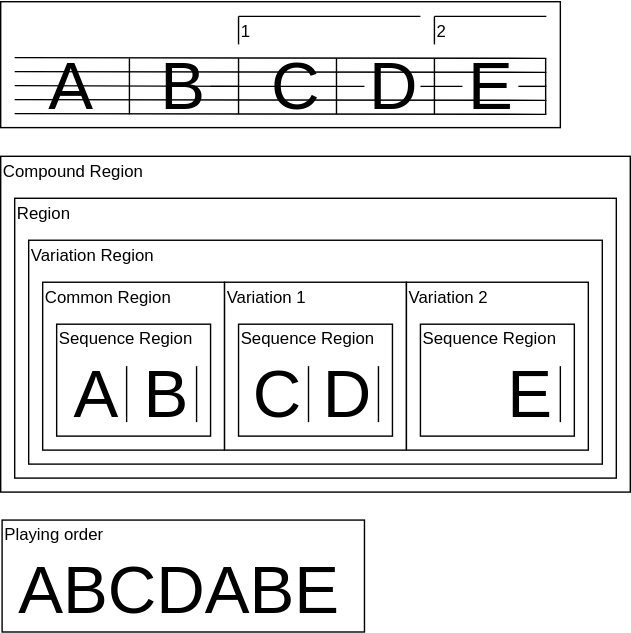
This is docs/repeat/example06.drawio.svg from ruimo/klavier-core, a draw.io export, as it was before one commit. Source tidied: cells renumbered, new cells last; positions are measured from the earlier drawing's top-left corner, leaving out a move shared by most shapes.
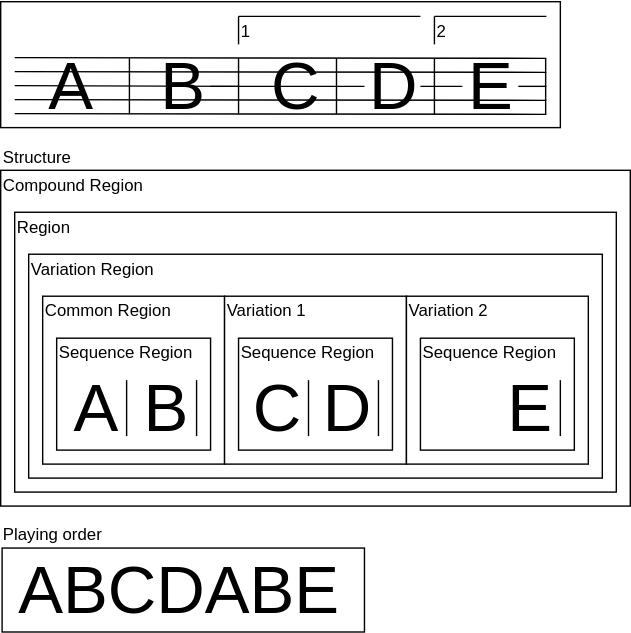
The same diagram one commit later.

The edit, as a diff of the source:
```diff
@@ -3,68 +3,68 @@
     <mxCell id="0" />
     <mxCell id="1" parent="0" />
     <mxCell id="2" style="rounded=0;whiteSpace=wrap;html=1;" parent="1" vertex="1">
-      <mxGeometry y="-0.5" width="400" height="90" as="geometry" />
+      <mxGeometry y="-10.5" width="400" height="90" as="geometry" />
     </mxCell>
     <mxCell id="3" style="rounded=0;whiteSpace=wrap;html=1;" parent="1" vertex="1">
       <mxGeometry y="110" width="450" height="240" as="geometry" />
     </mxCell>
     <mxCell id="4" style="endArrow=none;html=1;" parent="1" edge="1">
       <mxGeometry relative="1" as="geometry">
-        <mxPoint x="10" y="39.5" as="sourcePoint" />
-        <mxPoint x="390" y="40" as="targetPoint" />
+        <mxPoint x="10" y="29.5" as="sourcePoint" />
+        <mxPoint x="390" y="30" as="targetPoint" />
       </mxGeometry>
     </mxCell>
     <mxCell id="5" style="endArrow=none;html=1;" parent="1" edge="1">
       <mxGeometry relative="1" as="geometry">
-        <mxPoint x="10" y="49.5" as="sourcePoint" />
-        <mxPoint x="390" y="50" as="targetPoint" />
+        <mxPoint x="10" y="39.5" as="sourcePoint" />
+        <mxPoint x="390" y="40" as="targetPoint" />
       </mxGeometry>
     </mxCell>
     <mxCell id="6" style="endArrow=none;html=1;" parent="1" edge="1" source="27">
       <mxGeometry relative="1" as="geometry">
-        <mxPoint x="390" y="60" as="targetPoint" />
+        <mxPoint x="390" y="50" as="targetPoint" />
       </mxGeometry>
     </mxCell>
     <mxCell id="7" style="endArrow=none;html=1;" parent="1" edge="1">
       <mxGeometry relative="1" as="geometry">
-        <mxPoint x="10" y="69.5" as="sourcePoint" />
-        <mxPoint x="390" y="70" as="targetPoint" />
+        <mxPoint x="10" y="59.5" as="sourcePoint" />
+        <mxPoint x="390" y="60" as="targetPoint" />
       </mxGeometry>
     </mxCell>
     <mxCell id="8" style="endArrow=none;html=1;" parent="1" edge="1">
       <mxGeometry relative="1" as="geometry">
-        <mxPoint x="10" y="79.5" as="sourcePoint" />
-        <mxPoint x="390" y="80" as="targetPoint" />
+        <mxPoint x="10" y="69.5" as="sourcePoint" />
+        <mxPoint x="390" y="70" as="targetPoint" />
       </mxGeometry>
     </mxCell>
     <mxCell id="9" value="&lt;font style=&quot;font-size: 48px&quot;&gt;A&lt;/font&gt;" style="text;html=1;strokeColor=none;fillColor=none;align=center;verticalAlign=middle;whiteSpace=wrap;rounded=0;" parent="1" vertex="1">
-      <mxGeometry x="30" y="50" width="40" height="20" as="geometry" />
+      <mxGeometry x="30" y="40" width="40" height="20" as="geometry" />
     </mxCell>
     <mxCell id="10" style="endArrow=none;html=1;" parent="1" edge="1">
       <mxGeometry relative="1" as="geometry">
-        <mxPoint x="10" y="59.5" as="sourcePoint" />
-        <mxPoint x="170" y="60" as="targetPoint" />
+        <mxPoint x="10" y="49.5" as="sourcePoint" />
+        <mxPoint x="170" y="50" as="targetPoint" />
       </mxGeometry>
     </mxCell>
     <mxCell id="11" style="endArrow=none;html=1;" parent="1" edge="1">
       <mxGeometry relative="1" as="geometry">
-        <mxPoint x="170" y="80" as="sourcePoint" />
-        <mxPoint x="170" y="40" as="targetPoint" />
+        <mxPoint x="170" y="70" as="sourcePoint" />
+        <mxPoint x="170" y="30" as="targetPoint" />
       </mxGeometry>
     </mxCell>
     <mxCell id="12" value="&lt;font style=&quot;font-size: 48px&quot;&gt;B&lt;/font&gt;" style="text;html=1;strokeColor=none;fillColor=none;align=center;verticalAlign=middle;whiteSpace=wrap;rounded=0;" parent="1" vertex="1">
-      <mxGeometry x="110" y="50" width="40" height="20" as="geometry" />
+      <mxGeometry x="110" y="40" width="40" height="20" as="geometry" />
     </mxCell>
     <mxCell id="13" value="Compound Region" style="text;html=1;strokeColor=none;fillColor=none;align=left;verticalAlign=middle;whiteSpace=wrap;rounded=0;" parent="1" vertex="1">
       <mxGeometry y="110" width="200" height="20" as="geometry" />
     </mxCell>
     <mxCell id="14" value="&lt;font style=&quot;font-size: 48px&quot;&gt;C&lt;/font&gt;" style="text;html=1;strokeColor=none;fillColor=none;align=center;verticalAlign=middle;whiteSpace=wrap;rounded=0;" parent="1" vertex="1">
-      <mxGeometry x="190" y="50" width="40" height="20" as="geometry" />
+      <mxGeometry x="190" y="40" width="40" height="20" as="geometry" />
     </mxCell>
     <mxCell id="15" style="endArrow=none;html=1;" parent="1" edge="1">
       <mxGeometry relative="1" as="geometry">
-        <mxPoint x="310" y="80" as="sourcePoint" />
-        <mxPoint x="310" y="40" as="targetPoint" />
+        <mxPoint x="310" y="70" as="sourcePoint" />
+        <mxPoint x="310" y="30" as="targetPoint" />
       </mxGeometry>
     </mxCell>
     <mxCell id="16" style="rounded=0;whiteSpace=wrap;html=1;" parent="1" vertex="1">
@@ -80,7 +80,7 @@
       <mxGeometry x="20" y="170" width="105" height="20" as="geometry" />
     </mxCell>
     <mxCell id="20" style="group;" parent="1" vertex="1">
-      <mxGeometry x="213" y="40" width="40" height="40" as="geometry" />
+      <mxGeometry x="213" y="30" width="40" height="40" as="geometry" />
     </mxCell>
     <mxCell id="21" style="group;" parent="20" vertex="1">
       <mxGeometry width="40" height="40" as="geometry" />
@@ -98,19 +98,19 @@
       </mxGeometry>
     </mxCell>
     <mxCell id="25" value="&lt;font style=&quot;font-size: 48px&quot;&gt;D&lt;/font&gt;" style="text;html=1;strokeColor=none;fillColor=none;align=center;verticalAlign=middle;whiteSpace=wrap;rounded=0;" parent="1" vertex="1">
-      <mxGeometry x="260" y="50" width="40" height="20" as="geometry" />
+      <mxGeometry x="260" y="40" width="40" height="20" as="geometry" />
     </mxCell>
     <mxCell id="26" style="endArrow=none;html=1;" parent="1" edge="1" source="12" target="25">
       <mxGeometry relative="1" as="geometry" />
     </mxCell>
     <mxCell id="27" value="&lt;font style=&quot;font-size: 48px&quot;&gt;E&lt;/font&gt;" style="text;html=1;strokeColor=none;fillColor=none;align=center;verticalAlign=middle;whiteSpace=wrap;rounded=0;" parent="1" vertex="1">
-      <mxGeometry x="330" y="50" width="40" height="20" as="geometry" />
+      <mxGeometry x="330" y="40" width="40" height="20" as="geometry" />
     </mxCell>
     <mxCell id="28" style="endArrow=none;html=1;" parent="1" edge="1" source="25" target="27">
       <mxGeometry relative="1" as="geometry" />
     </mxCell>
     <mxCell id="29" style="group;" parent="1" vertex="1">
-      <mxGeometry x="362.5" y="40" width="40" height="40" as="geometry" />
+      <mxGeometry x="362.5" y="30" width="40" height="40" as="geometry" />
     </mxCell>
     <mxCell id="30" style="endArrow=none;html=1;" parent="29" edge="1">
       <mxGeometry relative="1" as="geometry">
@@ -120,12 +120,12 @@
     </mxCell>
     <mxCell id="31" style="endArrow=none;html=1;" parent="1" edge="1">
       <mxGeometry relative="1" as="geometry">
-        <mxPoint x="92" y="80" as="sourcePoint" />
-        <mxPoint x="92" y="40" as="targetPoint" />
+        <mxPoint x="92" y="70" as="sourcePoint" />
+        <mxPoint x="92" y="30" as="targetPoint" />
       </mxGeometry>
     </mxCell>
     <mxCell id="32" style="group;" parent="1" vertex="1">
-      <mxGeometry x="170" y="10" width="130" height="20" as="geometry" />
+      <mxGeometry x="170" width="130" height="20" as="geometry" />
     </mxCell>
     <mxCell id="33" style="group;" parent="32" vertex="1">
       <mxGeometry width="130" height="20" as="geometry" />
@@ -146,7 +146,7 @@
       </mxGeometry>
     </mxCell>
     <mxCell id="37" style="group;" parent="1" vertex="1">
-      <mxGeometry x="310" y="10" width="80" height="20" as="geometry" />
+      <mxGeometry x="310" width="80" height="20" as="geometry" />
     </mxCell>
     <mxCell id="38" style="group;" parent="37" vertex="1">
       <mxGeometry width="80" height="20" as="geometry" />
@@ -248,13 +248,16 @@
       </mxGeometry>
     </mxCell>
     <mxCell id="64" style="rounded=0;whiteSpace=wrap;html=1;" parent="1" vertex="1">
-      <mxGeometry x="1" y="370" width="259" height="80" as="geometry" />
+      <mxGeometry x="1" y="380" width="259" height="60" as="geometry" />
     </mxCell>
+    <mxCell id="66" value="&lt;font style=&quot;font-size: 48px&quot;&gt;ABCDABE&lt;/font&gt;" style="text;html=1;strokeColor=none;fillColor=none;align=left;verticalAlign=middle;whiteSpace=wrap;rounded=0;" parent="1" vertex="1">
+      <mxGeometry x="11" y="400" width="40" height="20" as="geometry" />
+    </mxCell>
+    <mxCell id="67" value="Structure" style="text;html=1;strokeColor=none;fillColor=none;align=left;verticalAlign=middle;whiteSpace=wrap;rounded=0;" parent="1" vertex="1">
+      <mxGeometry y="90" width="140" height="20" as="geometry" />
+    </mxCell>
     <mxCell id="65" value="Playing order" style="text;html=1;strokeColor=none;fillColor=none;align=left;verticalAlign=middle;whiteSpace=wrap;rounded=0;" parent="1" vertex="1">
-      <mxGeometry x="1" y="370" width="200" height="20" as="geometry" />
+      <mxGeometry y="360" width="140" height="20" as="geometry" />
     </mxCell>
-    <mxCell id="66" value="&lt;font style=&quot;font-size: 48px&quot;&gt;ABCDABE&lt;/font&gt;" style="text;html=1;strokeColor=none;fillColor=none;align=left;verticalAlign=middle;whiteSpace=wrap;rounded=0;" parent="1" vertex="1">
-      <mxGeometry x="11" y="410" width="40" height="20" as="geometry" />
-    </mxCell>
   </root>
 </mxGraphModel>
```
